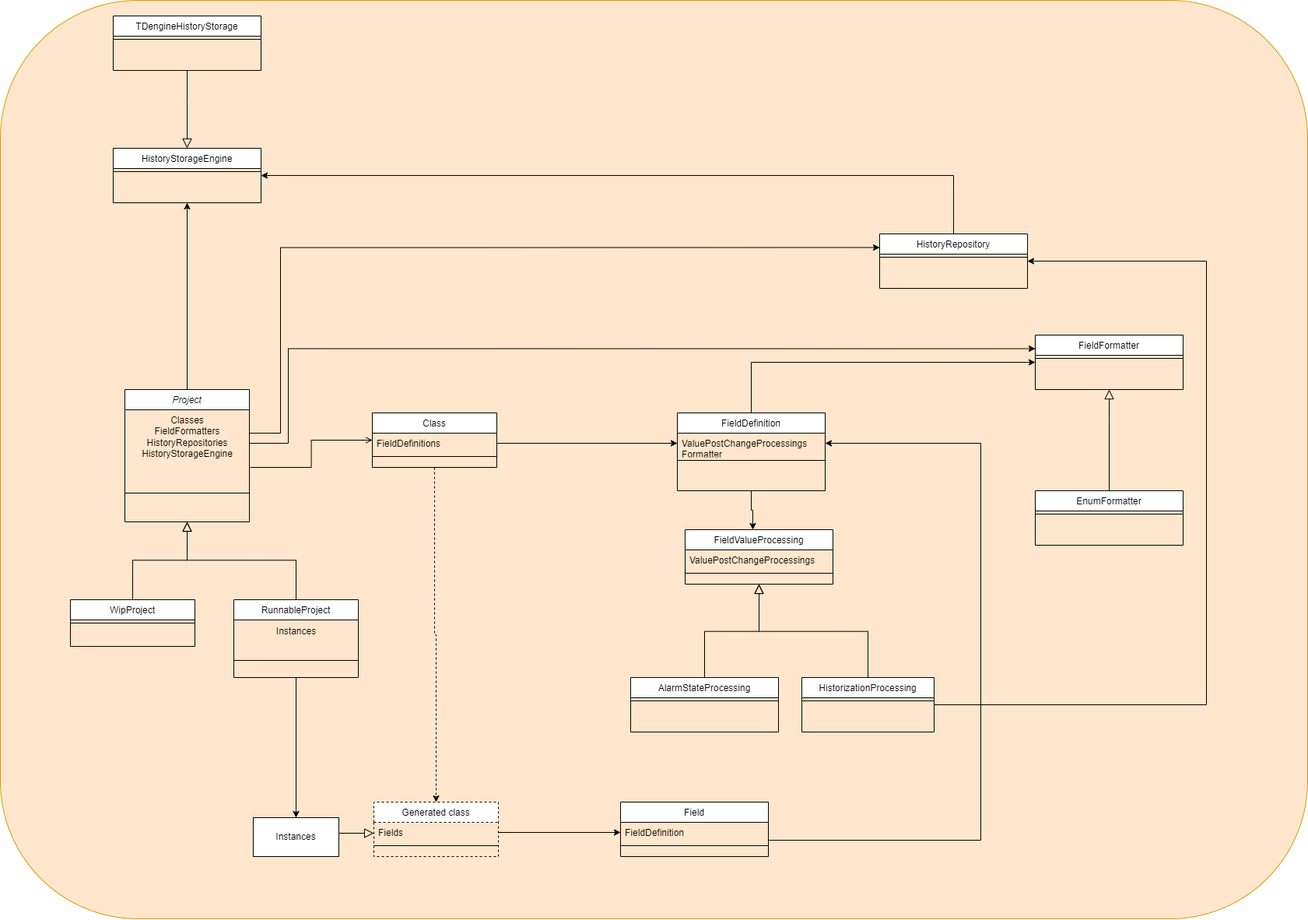
Before: drawings/Structure.drawio.png, a diagram exported from draw.io (PVanack/pva.SuperV). Source tidied: cells renumbered, new cells last; positions are measured from the earlier drawing's top-left corner, leaving out a move shared by most shapes.
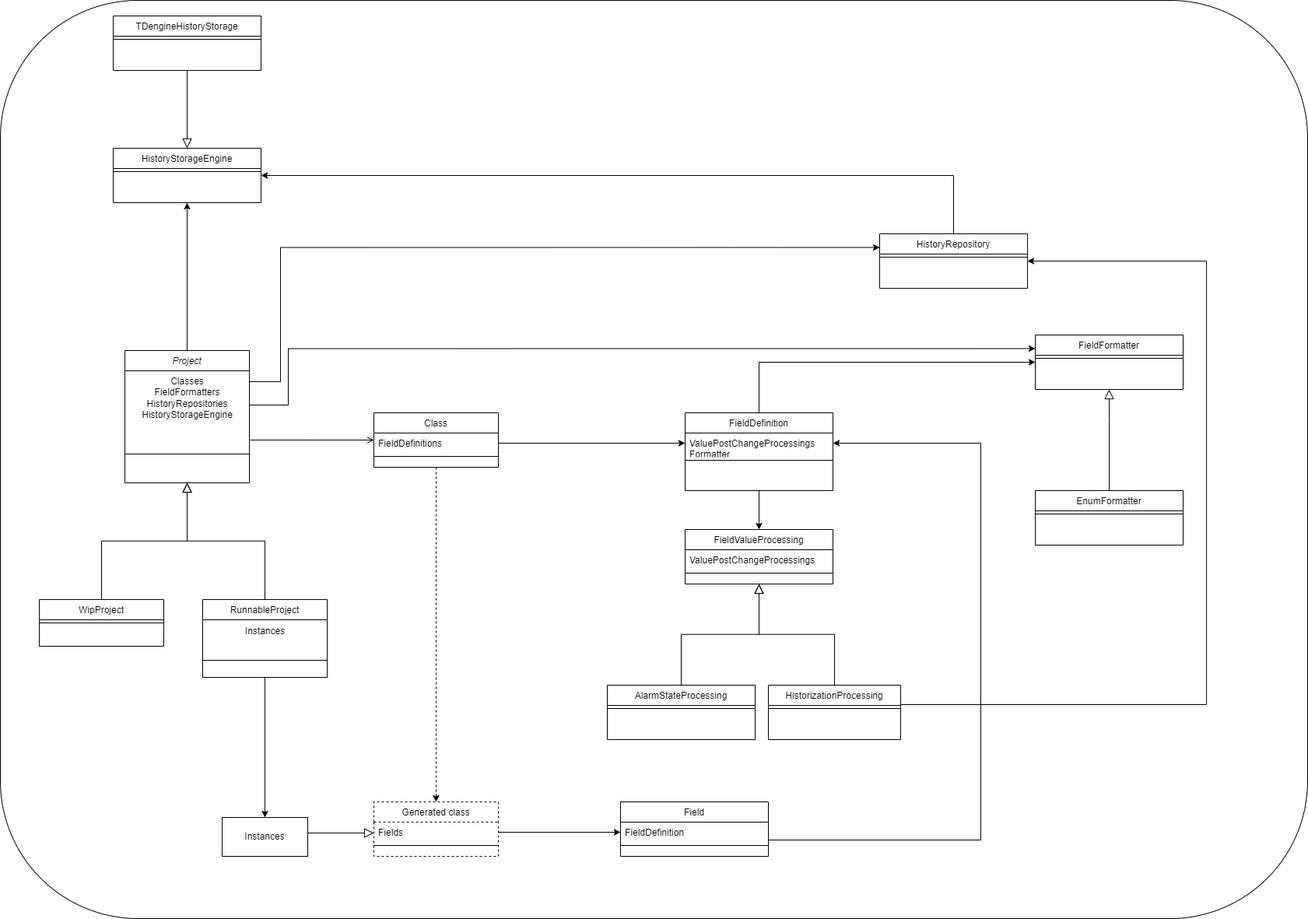
After the commit.

Commit message:
GH-50  Make the diagram more readable. (#53)

Change to the diagram source:
```diff
@@ -2,14 +2,14 @@
   <root>
     <mxCell id="0" />
     <mxCell id="1" parent="0" />
-    <mxCell id="2" style="rounded=1;whiteSpace=wrap;html=1;fillColor=#ffe6cc;strokeColor=#d79b00;" parent="1" vertex="1">
+    <mxCell id="2" style="rounded=1;whiteSpace=wrap;html=1;" parent="1" vertex="1">
       <mxGeometry width="1680" height="1180" as="geometry" />
     </mxCell>
     <mxCell id="3" style="edgeStyle=orthogonalEdgeStyle;rounded=0;jettySize=auto;html=1;entryX=0;entryY=0.25;entryDx=0;entryDy=0;" parent="1" edge="1" source="5" target="46">
       <mxGeometry relative="1" as="geometry">
         <Array as="points">
-          <mxPoint x="370" y="569" />
-          <mxPoint x="370" y="448" />
+          <mxPoint x="370" y="520" />
+          <mxPoint x="370" y="447" />
         </Array>
       </mxGeometry>
     </mxCell>
@@ -17,7 +17,7 @@
       <mxGeometry relative="1" as="geometry" />
     </mxCell>
     <mxCell id="5" value="Project" style="swimlane;fontStyle=2;align=center;verticalAlign=top;horizontal=1;startSize=26;rounded=0;shadow=0;strokeWidth=1;" parent="1" vertex="1">
-      <mxGeometry x="160" y="500" width="160" height="170" as="geometry" />
+      <mxGeometry x="160" y="450" width="160" height="170" as="geometry" />
     </mxCell>
     <mxCell id="6" value="Classes&lt;div&gt;FieldFormatters&lt;/div&gt;&lt;div&gt;HistoryRepositories&lt;/div&gt;&lt;div&gt;HistoryStorageEngine&lt;/div&gt;" style="text;html=1;align=center;verticalAlign=middle;points=[];strokeColor=none;fillColor=none;" parent="5" vertex="1">
       <mxGeometry y="26" width="160" height="70" as="geometry" />
@@ -26,7 +26,7 @@
       <mxGeometry y="96" width="160" height="74" as="geometry" />
     </mxCell>
     <mxCell id="8" value="WipProject" style="swimlane;fontStyle=0;align=center;verticalAlign=top;horizontal=1;startSize=26;rounded=0;shadow=0;strokeWidth=1;" parent="1" vertex="1">
-      <mxGeometry x="90" y="770" width="160" height="60" as="geometry" />
+      <mxGeometry x="50" y="770" width="160" height="60" as="geometry" />
     </mxCell>
     <mxCell id="9" style="line;html=1;strokeWidth=1;align=left;verticalAlign=middle;spacingTop=-1;spacingLeft=3;spacingRight=3;labelPosition=right;" parent="8" vertex="1">
       <mxGeometry y="26" width="160" height="8" as="geometry" />
@@ -38,7 +38,7 @@
       <mxGeometry relative="1" as="geometry" />
     </mxCell>
     <mxCell id="12" value="RunnableProject" style="swimlane;fontStyle=0;align=center;verticalAlign=top;horizontal=1;startSize=26;rounded=0;shadow=0;strokeWidth=1;" parent="1" vertex="1">
-      <mxGeometry x="300" y="770" width="160" height="100" as="geometry" />
+      <mxGeometry x="260" y="770" width="160" height="100" as="geometry" />
     </mxCell>
     <mxCell id="13" value="Instances" style="text;html=1;align=center;verticalAlign=middle;strokeColor=none;fillColor=none;" parent="12" vertex="1">
       <mxGeometry y="26" width="160" height="30" as="geometry" />
@@ -53,7 +53,7 @@
       <mxGeometry relative="1" as="geometry" />
     </mxCell>
     <mxCell id="17" value="Class" style="swimlane;fontStyle=0;align=center;verticalAlign=top;horizontal=1;startSize=26;rounded=0;shadow=0;strokeWidth=1;" parent="1" vertex="1">
-      <mxGeometry x="478" y="530" width="160" height="70" as="geometry" />
+      <mxGeometry x="480" y="530" width="160" height="70" as="geometry" />
     </mxCell>
     <mxCell id="18" value="FieldDefinitions" style="text;align=left;verticalAlign=top;spacingLeft=4;spacingRight=4;overflow=hidden;points=[[0,0.5],[1,0.5]];portConstraint=eastwest;" parent="17" vertex="1">
       <mxGeometry y="26" width="160" height="26" as="geometry" />
@@ -63,12 +63,12 @@
     </mxCell>
     <mxCell id="20" style="endArrow=open;shadow=0;strokeWidth=1;rounded=0;curved=0;endFill=1;edgeStyle=elbowEdgeStyle;elbow=horizontal;" parent="1" edge="1" target="17">
       <mxGeometry x="0.5" y="41" relative="1" as="geometry">
-        <mxPoint x="321" y="600" as="sourcePoint" />
+        <mxPoint x="321" y="565" as="sourcePoint" />
         <mxPoint x="-40" y="32" as="offset" />
       </mxGeometry>
     </mxCell>
     <mxCell id="21" value="FieldDefinition" style="swimlane;fontStyle=0;align=center;verticalAlign=top;horizontal=1;startSize=26;rounded=0;shadow=0;strokeWidth=1;" parent="1" vertex="1">
-      <mxGeometry x="870" y="530" width="190" height="100" as="geometry" />
+      <mxGeometry x="880" y="530" width="190" height="100" as="geometry" />
     </mxCell>
     <mxCell id="22" value="ValuePostChangeProcessings&#10;Formatter" style="text;align=left;verticalAlign=top;spacingLeft=4;spacingRight=4;overflow=hidden;points=[[0,0.5],[1,0.5]];portConstraint=eastwest;" parent="21" vertex="1">
       <mxGeometry y="26" width="190" height="26" as="geometry" />
@@ -89,7 +89,7 @@
       <mxGeometry y="52" width="190" height="8" as="geometry" />
     </mxCell>
     <mxCell id="28" value="AlarmStateProcessing" style="swimlane;fontStyle=0;align=center;verticalAlign=top;horizontal=1;startSize=26;rounded=0;shadow=0;strokeWidth=1;" parent="1" vertex="1">
-      <mxGeometry x="810" y="870" width="190" height="70" as="geometry" />
+      <mxGeometry x="780" y="880" width="190" height="70" as="geometry" />
     </mxCell>
     <mxCell id="29" style="line;html=1;strokeWidth=1;align=left;verticalAlign=middle;spacingTop=-1;spacingLeft=3;spacingRight=3;labelPosition=right;" parent="28" vertex="1">
       <mxGeometry y="26" width="190" height="8" as="geometry" />
@@ -106,7 +106,7 @@
       </mxGeometry>
     </mxCell>
     <mxCell id="32" value="HistorizationProcessing" style="swimlane;fontStyle=0;align=center;verticalAlign=top;horizontal=1;startSize=26;rounded=0;shadow=0;strokeWidth=1;" parent="1" vertex="1">
-      <mxGeometry x="1030" y="870" width="170" height="70" as="geometry" />
+      <mxGeometry x="987" y="880" width="170" height="70" as="geometry" />
     </mxCell>
     <mxCell id="33" style="line;html=1;strokeWidth=1;align=left;verticalAlign=middle;spacingTop=-1;spacingLeft=3;spacingRight=3;labelPosition=right;" parent="32" vertex="1">
       <mxGeometry y="26" width="170" height="8" as="geometry" />
@@ -114,11 +114,11 @@
     <mxCell id="34" style="endArrow=block;endSize=10;endFill=0;shadow=0;strokeWidth=1;rounded=0;curved=0;edgeStyle=elbowEdgeStyle;elbow=vertical;entryX=0.5;entryY=1;entryDx=0;entryDy=0;exitX=0.5;exitY=0;exitDx=0;exitDy=0;" parent="1" edge="1" source="32" target="25">
       <mxGeometry relative="1" as="geometry" />
     </mxCell>
-    <mxCell id="35" style="edgeStyle=orthogonalEdgeStyle;rounded=0;jettySize=auto;html=1;exitX=0.5;exitY=1;exitDx=0;exitDy=0;entryX=0.458;entryY=0;entryDx=0;entryDy=0;entryPerimeter=0;" parent="1" edge="1" source="21" target="25">
+    <mxCell id="35" style="edgeStyle=orthogonalEdgeStyle;rounded=0;jettySize=auto;html=1;exitX=0.5;exitY=1;exitDx=0;exitDy=0;entryX=0.5;entryY=0;entryDx=0;entryDy=0;" parent="1" edge="1" source="21" target="25">
       <mxGeometry relative="1" as="geometry" />
     </mxCell>
     <mxCell id="36" value="Instances" style="html=1;whiteSpace=wrap;" parent="1" vertex="1">
-      <mxGeometry x="325" y="1050" width="110" height="50" as="geometry" />
+      <mxGeometry x="285" y="1050" width="110" height="50" as="geometry" />
     </mxCell>
     <mxCell id="37" style="endArrow=block;endSize=10;endFill=0;shadow=0;strokeWidth=1;rounded=0;curved=0;edgeStyle=elbowEdgeStyle;elbow=vertical;exitX=1;exitY=0.5;exitDx=0;exitDy=0;entryX=0;entryY=0.5;entryDx=0;entryDy=0;" parent="1" edge="1" source="36" target="39">
       <mxGeometry relative="1" as="geometry">
@@ -188,11 +188,11 @@
     <mxCell id="54" style="line;html=1;strokeWidth=1;align=left;verticalAlign=middle;spacingTop=-1;spacingLeft=3;spacingRight=3;labelPosition=right;" parent="53" vertex="1">
       <mxGeometry y="26" width="190" height="8" as="geometry" />
     </mxCell>
-    <mxCell id="55" style="edgeStyle=orthogonalEdgeStyle;rounded=0;jettySize=auto;html=1;entryX=0;entryY=0.25;entryDx=0;entryDy=0;" parent="1" edge="1" source="6" target="53">
+    <mxCell id="55" style="edgeStyle=orthogonalEdgeStyle;rounded=0;jettySize=auto;html=1;entryX=0;entryY=0.25;entryDx=0;entryDy=0;" parent="1" edge="1" source="5" target="53">
       <mxGeometry relative="1" as="geometry">
         <Array as="points">
-          <mxPoint x="360" y="556" />
-          <mxPoint x="360" y="318" />
+          <mxPoint x="360" y="490" />
+          <mxPoint x="360" y="317" />
         </Array>
       </mxGeometry>
     </mxCell>
```
